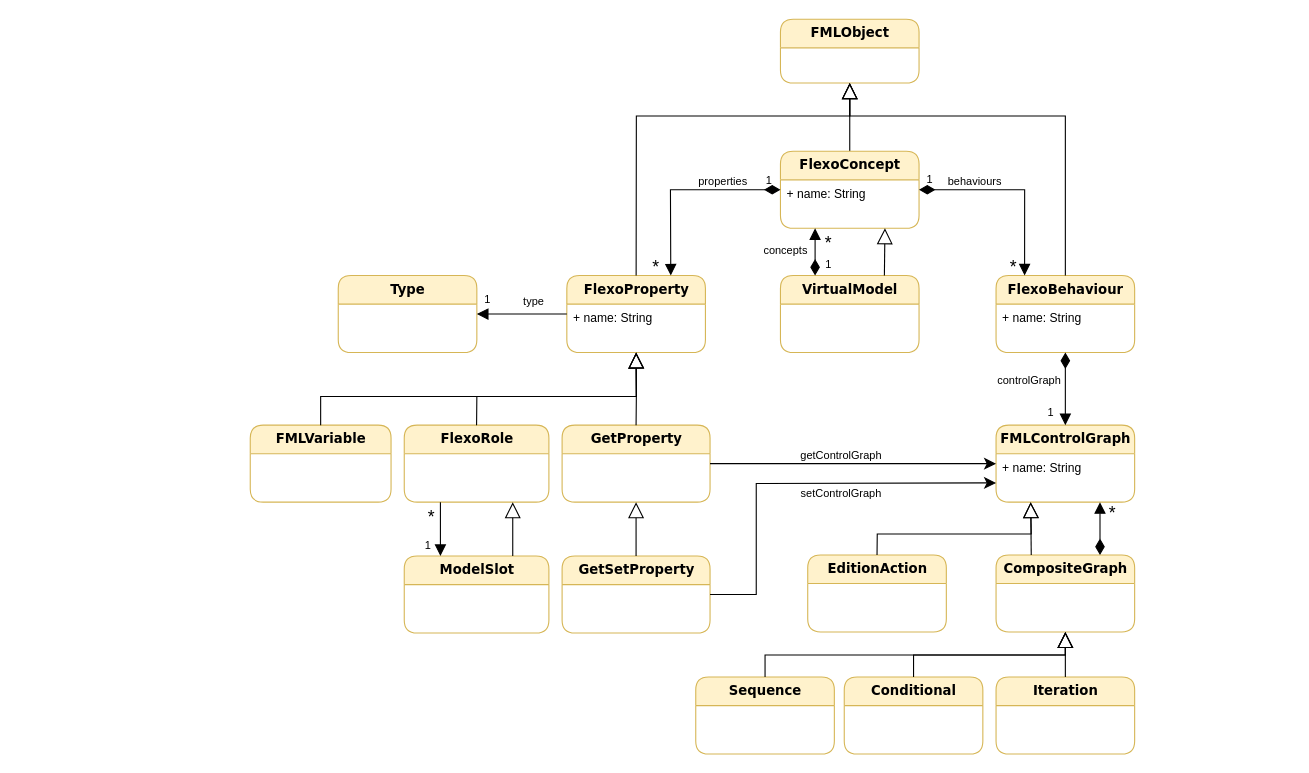
This is Figures/FMLMetaModel.drawio from labsticc-p4s/multi-process-challenge, a draw.io file, before an edit. Source tidied: cells renumbered, new cells numbered last; positions are measured from the earlier drawing's top-left corner, leaving out a move shared by most shapes. Both pictures are drawn from the tidied source at 110%, with x=0, y=0 at pixel (250, 19).
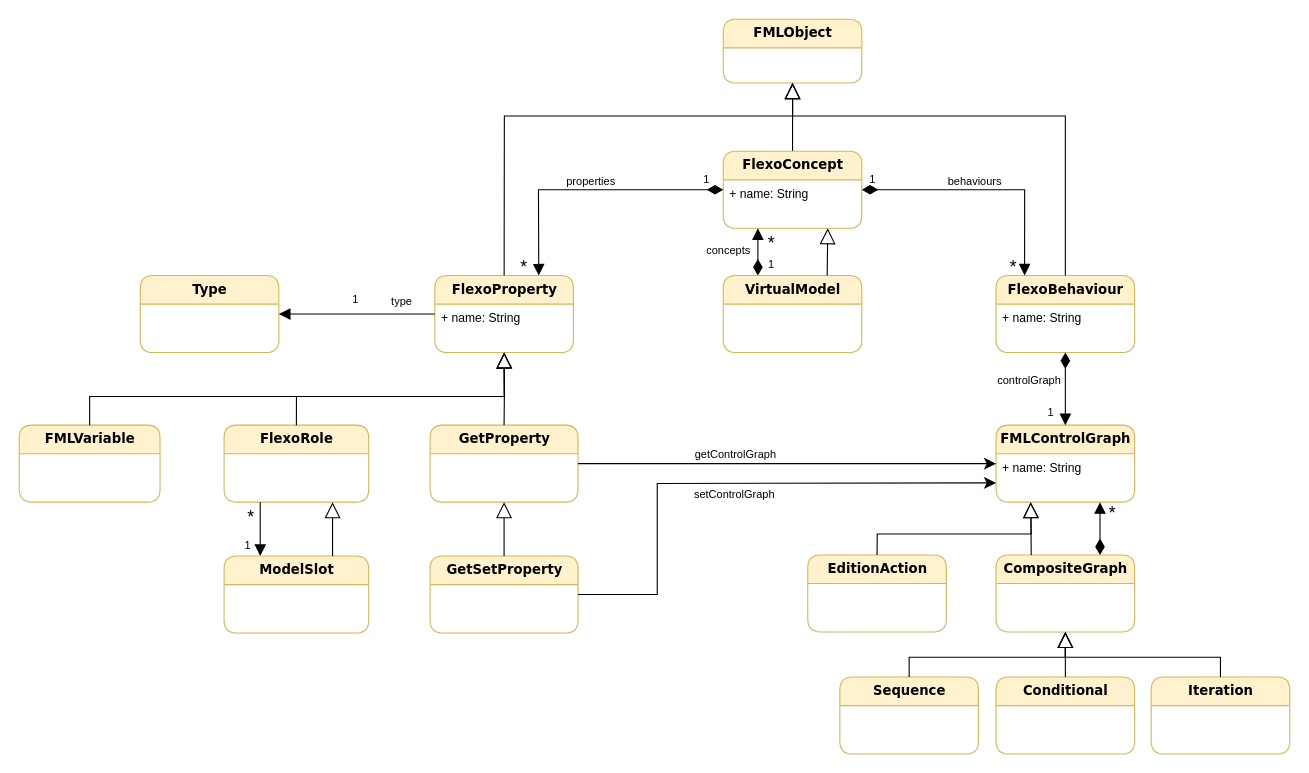
The same diagram, later.

The change refers to these unchanged cells:
```xml
<mxCell id="5" value="+ name: String" style="text;html=1;strokeColor=none;fillColor=none;align=left;verticalAlign=top;spacingLeft=4;spacingRight=4;whiteSpace=wrap;overflow=hidden;points=[[0,0.5],[1,0.5]];portConstraint=eastwest;fontSize=11;" parent="4" vertex="1">
  <mxGeometry y="26" width="126" height="18" as="geometry" />
</mxCell>
<mxCell id="7" value="+ name: String" style="text;html=1;strokeColor=none;fillColor=none;align=left;verticalAlign=top;spacingLeft=4;spacingRight=4;whiteSpace=wrap;overflow=hidden;points=[[0,0.5],[1,0.5]];portConstraint=eastwest;fontSize=11;" parent="6" vertex="1">
  <mxGeometry y="26" width="126" height="18" as="geometry" />
</mxCell>
<mxCell id="30" value="&lt;font style=&quot;font-size: 12px&quot;&gt;&lt;b&gt;FlexoBehaviour&lt;/b&gt;&lt;/font&gt;" style="swimlane;html=1;fontStyle=0;horizontal=1;startSize=26;fillColor=#fff2cc;swimlaneFillColor=#ffffff;rounded=1;shadow=0;comic=0;labelBackgroundColor=none;strokeWidth=1;fontFamily=Verdana;fontSize=10;align=center;strokeColor=#d6b656;" parent="1" vertex="1">
  <mxGeometry x="678" y="233" width="126" height="70" as="geometry" />
</mxCell>
<mxCell id="36" value="&lt;font style=&quot;font-size: 12px&quot;&gt;&lt;b&gt;FMLControlGraph&lt;/b&gt;&lt;/font&gt;" style="swimlane;html=1;fontStyle=0;horizontal=1;startSize=26;fillColor=#fff2cc;swimlaneFillColor=#ffffff;rounded=1;shadow=0;comic=0;labelBackgroundColor=none;strokeWidth=1;fontFamily=Verdana;fontSize=10;align=center;strokeColor=#d6b656;" parent="1" vertex="1">
  <mxGeometry x="678" y="369" width="126" height="70" as="geometry" />
</mxCell>
<mxCell id="44" value="&lt;font style=&quot;font-size: 12px&quot;&gt;&lt;b&gt;CompositeGraph&lt;/b&gt;&lt;/font&gt;" style="swimlane;html=1;fontStyle=0;horizontal=1;startSize=26;fillColor=#fff2cc;swimlaneFillColor=#ffffff;rounded=1;shadow=0;comic=0;labelBackgroundColor=none;strokeWidth=1;fontFamily=Verdana;fontSize=10;align=center;strokeColor=#d6b656;" parent="1" vertex="1">
  <mxGeometry x="678" y="487" width="126" height="70" as="geometry" />
</mxCell>
```

Diff of the diagram source:
```diff
@@
     <mxCell id="2" value="&lt;font style=&quot;font-size: 12px&quot;&gt;&lt;b&gt;FMLObject&lt;/b&gt;&lt;/font&gt;" style="swimlane;html=1;fontStyle=0;horizontal=1;startSize=26;fillColor=#fff2cc;swimlaneFillColor=#ffffff;rounded=1;shadow=0;comic=0;labelBackgroundColor=none;strokeWidth=1;fontFamily=Verdana;fontSize=10;align=center;strokeColor=#d6b656;sketch=0;swimlaneLine=1;glass=0;" parent="1" vertex="1">
-      <mxGeometry x="482" width="126" height="58" as="geometry" />
+      <mxGeometry x="430" width="126" height="58" as="geometry" />
     </mxCell>
@@
     <mxCell id="4" value="&lt;font style=&quot;font-size: 12px&quot;&gt;&lt;b&gt;FlexoConcept&lt;/b&gt;&lt;/font&gt;" style="swimlane;html=1;fontStyle=0;horizontal=1;startSize=26;fillColor=#fff2cc;swimlaneFillColor=#ffffff;rounded=1;shadow=0;comic=0;labelBackgroundColor=none;strokeWidth=1;fontFamily=Verdana;fontSize=10;align=center;strokeColor=#d6b656;" parent="1" vertex="1">
-      <mxGeometry x="482" y="120" width="126" height="70" as="geometry" />
+      <mxGeometry x="430" y="120" width="126" height="70" as="geometry" />
     </mxCell>
@@
     <mxCell id="6" value="&lt;font style=&quot;font-size: 12px&quot;&gt;&lt;b&gt;FlexoProperty&lt;/b&gt;&lt;/font&gt;" style="swimlane;html=1;fontStyle=0;horizontal=1;startSize=26;fillColor=#fff2cc;swimlaneFillColor=#ffffff;rounded=1;shadow=0;comic=0;labelBackgroundColor=none;strokeWidth=1;fontFamily=Verdana;fontSize=10;align=center;strokeColor=#d6b656;" parent="1" vertex="1">
-      <mxGeometry x="287.8" y="233" width="126" height="70" as="geometry" />
+      <mxGeometry x="167.8" y="233" width="126" height="70" as="geometry" />
     </mxCell>
@@
     <mxCell id="8" style="endArrow=block;html=1;fontSize=10;entryX=0.75;entryY=0;entryDx=0;entryDy=0;exitX=0;exitY=0.5;exitDx=0;exitDy=0;endFill=1;endSize=8;startArrow=diamondThin;startFill=1;startSize=12;rounded=0;" parent="1" edge="1" source="5" target="6">
       <mxGeometry relative="1" as="geometry">
         <Array as="points">
-          <mxPoint x="382" y="155" />
+          <mxPoint x="262" y="155" />
         </Array>
       </mxGeometry>
     </mxCell>
     <mxCell id="9" value="&lt;font style=&quot;font-size: 16px&quot;&gt;*&lt;/font&gt;" style="text;html=1;strokeColor=none;fillColor=none;align=center;verticalAlign=middle;whiteSpace=wrap;rounded=0;fontSize=10;" parent="1" vertex="1">
-      <mxGeometry x="364" y="215" width="10" height="20" as="geometry" />
+      <mxGeometry x="244" y="215" width="10" height="20" as="geometry" />
     </mxCell>
     <mxCell id="10" value="1" style="text;html=1;strokeColor=none;fillColor=none;align=center;verticalAlign=middle;whiteSpace=wrap;rounded=0;fontSize=10;" parent="1" vertex="1">
-      <mxGeometry x="462" y="136" width="20" height="20" as="geometry" />
+      <mxGeometry x="405" y="135" width="20" height="20" as="geometry" />
     </mxCell>
     <mxCell id="11" value="properties" style="text;html=1;strokeColor=none;fillColor=none;align=center;verticalAlign=middle;whiteSpace=wrap;rounded=0;fontSize=10;" parent="1" vertex="1">
-      <mxGeometry x="400" y="137" width="60" height="20" as="geometry" />
+      <mxGeometry x="280" y="137" width="60" height="20" as="geometry" />
     </mxCell>
     <mxCell id="12" value="&lt;font style=&quot;font-size: 12px&quot;&gt;&lt;b&gt;Type&lt;/b&gt;&lt;/font&gt;" style="swimlane;html=1;fontStyle=0;horizontal=1;startSize=26;fillColor=#fff2cc;swimlaneFillColor=#ffffff;rounded=1;shadow=0;comic=0;labelBackgroundColor=none;strokeWidth=1;fontFamily=Verdana;fontSize=10;align=center;strokeColor=#d6b656;" parent="1" vertex="1">
-      <mxGeometry x="80" y="233" width="126" height="70" as="geometry" />
+      <mxGeometry x="-100" y="233" width="126" height="70" as="geometry" />
     </mxCell>
-    <mxCell id="13" style="endArrow=block;html=1;fontSize=10;entryX=1;entryY=0.5;entryDx=0;entryDy=0;exitX=0;exitY=0.5;exitDx=0;exitDy=0;endFill=1;rounded=0;startSize=6;endSize=8;" parent="1" edge="1" source="7" target="12">
+    <mxCell id="13" style="endArrow=block;html=1;fontSize=10;endFill=1;rounded=0;startSize=6;endSize=8;entryX=1;entryY=0.5;entryDx=0;entryDy=0;exitX=0;exitY=0.5;exitDx=0;exitDy=0;" parent="1" edge="1" source="7" target="12">
       <mxGeometry relative="1" as="geometry" />
     </mxCell>
     <mxCell id="14" value="type" style="text;html=1;strokeColor=none;fillColor=none;align=center;verticalAlign=middle;whiteSpace=wrap;rounded=0;fontSize=10;" parent="1" vertex="1">
-      <mxGeometry x="227.8" y="246" width="60" height="20" as="geometry" />
+      <mxGeometry x="107.8" y="246" width="60" height="20" as="geometry" />
     </mxCell>
     <mxCell id="15" value="&lt;font style=&quot;font-size: 12px&quot;&gt;&lt;b&gt;FMLVariable&lt;/b&gt;&lt;/font&gt;" style="swimlane;html=1;fontStyle=0;horizontal=1;startSize=26;fillColor=#fff2cc;swimlaneFillColor=#ffffff;rounded=1;shadow=0;comic=0;labelBackgroundColor=none;strokeWidth=1;fontFamily=Verdana;fontSize=10;align=center;strokeColor=#d6b656;" parent="1" vertex="1">
-      <mxGeometry y="369" width="128" height="70" as="geometry" />
+      <mxGeometry x="-210" y="369" width="128" height="70" as="geometry" />
     </mxCell>
     <mxCell id="16" value="&lt;font style=&quot;font-size: 12px&quot;&gt;&lt;b&gt;FlexoRole&lt;/b&gt;&lt;/font&gt;" style="swimlane;html=1;fontStyle=0;horizontal=1;startSize=26;fillColor=#fff2cc;swimlaneFillColor=#ffffff;rounded=1;shadow=0;comic=0;labelBackgroundColor=none;strokeWidth=1;fontFamily=Verdana;fontSize=10;align=center;strokeColor=#d6b656;" parent="1" vertex="1">
-      <mxGeometry x="140" y="369" width="131.5" height="70" as="geometry" />
+      <mxGeometry x="-23.8" y="369" width="131.5" height="70" as="geometry" />
     </mxCell>
     <mxCell id="17" value="&lt;font style=&quot;font-size: 12px&quot;&gt;&lt;b&gt;GetProperty&lt;/b&gt;&lt;/font&gt;" style="swimlane;html=1;fontStyle=0;horizontal=1;startSize=26;fillColor=#fff2cc;swimlaneFillColor=#ffffff;rounded=1;shadow=0;comic=0;labelBackgroundColor=none;strokeWidth=1;fontFamily=Verdana;fontSize=10;align=center;strokeColor=#d6b656;" parent="1" vertex="1">
-      <mxGeometry x="283.5" y="369" width="134.5" height="70" as="geometry" />
+      <mxGeometry x="163.5" y="369" width="134.5" height="70" as="geometry" />
     </mxCell>
     <mxCell id="18" value="&lt;font style=&quot;font-size: 12px&quot;&gt;&lt;b&gt;GetSetProperty&lt;/b&gt;&lt;/font&gt;" style="swimlane;html=1;fontStyle=0;horizontal=1;startSize=26;fillColor=#fff2cc;swimlaneFillColor=#ffffff;rounded=1;shadow=0;comic=0;labelBackgroundColor=none;strokeWidth=1;fontFamily=Verdana;fontSize=10;align=center;strokeColor=#d6b656;" parent="1" vertex="1">
-      <mxGeometry x="283.5" y="488" width="134.5" height="70" as="geometry" />
+      <mxGeometry x="163.5" y="488" width="134.5" height="70" as="geometry" />
     </mxCell>
     <mxCell id="19" value="&lt;font style=&quot;font-size: 12px&quot;&gt;&lt;b&gt;VirtualModel&lt;/b&gt;&lt;/font&gt;" style="swimlane;html=1;fontStyle=0;horizontal=1;startSize=26;fillColor=#fff2cc;swimlaneFillColor=#ffffff;rounded=1;shadow=0;comic=0;labelBackgroundColor=none;strokeWidth=1;fontFamily=Verdana;fontSize=10;align=center;strokeColor=#d6b656;" parent="1" vertex="1">
-      <mxGeometry x="482" y="233" width="126" height="70" as="geometry" />
+      <mxGeometry x="430" y="233" width="126" height="70" as="geometry" />
     </mxCell>
     <mxCell id="20" style="endArrow=block;endSize=12;endFill=0;html=1;exitX=0.75;exitY=0;exitDx=0;exitDy=0;rounded=0;" parent="1" edge="1" source="19">
       <mxGeometry relative="1" as="geometry">
-        <mxPoint x="577" y="190" as="targetPoint" />
+        <mxPoint x="525" y="190" as="targetPoint" />
       </mxGeometry>
     </mxCell>
@@
     <mxCell id="22" value="1" style="text;html=1;strokeColor=none;fillColor=none;align=center;verticalAlign=middle;whiteSpace=wrap;rounded=0;fontSize=10;" parent="1" vertex="1">
-      <mxGeometry x="516" y="213" width="20" height="20" as="geometry" />
+      <mxGeometry x="464" y="213" width="20" height="20" as="geometry" />
     </mxCell>
     <mxCell id="23" value="&lt;font style=&quot;font-size: 16px&quot;&gt;*&lt;/font&gt;" style="text;html=1;strokeColor=none;fillColor=none;align=center;verticalAlign=middle;whiteSpace=wrap;rounded=0;fontSize=10;" parent="1" vertex="1">
-      <mxGeometry x="521" y="193" width="10" height="20" as="geometry" />
+      <mxGeometry x="469" y="193" width="10" height="20" as="geometry" />
     </mxCell>
     <mxCell id="24" style="endArrow=block;endSize=12;endFill=0;html=1;exitX=0.5;exitY=0;exitDx=0;exitDy=0;rounded=0;entryX=0.5;entryY=1;entryDx=0;entryDy=0;" parent="1" edge="1" source="15" target="6">
       <mxGeometry relative="1" as="geometry">
         <Array as="points">
-          <mxPoint x="64" y="343" />
-          <mxPoint x="351" y="343" />
+          <mxPoint x="-146" y="343" />
+          <mxPoint x="231" y="343" />
         </Array>
       </mxGeometry>
     </mxCell>
     <mxCell id="25" style="endArrow=block;endSize=12;endFill=0;html=1;exitX=0.5;exitY=0;exitDx=0;exitDy=0;rounded=0;entryX=0.5;entryY=1;entryDx=0;entryDy=0;" parent="1" edge="1" source="16" target="6">
       <mxGeometry relative="1" as="geometry">
         <Array as="points">
-          <mxPoint x="206" y="343" />
-          <mxPoint x="351" y="343" />
+          <mxPoint x="42" y="343" />
+          <mxPoint x="231" y="343" />
         </Array>
       </mxGeometry>
     </mxCell>
     <mxCell id="26" style="endArrow=block;endSize=12;endFill=0;html=1;exitX=0.5;exitY=0;exitDx=0;exitDy=0;rounded=0;entryX=0.5;entryY=1;entryDx=0;entryDy=0;" parent="1" edge="1" source="17" target="6">
       <mxGeometry relative="1" as="geometry">
         <Array as="points">
-          <mxPoint x="351" y="343" />
+          <mxPoint x="231" y="343" />
         </Array>
       </mxGeometry>
     </mxCell>
@@
     <mxCell id="28" value="&lt;div&gt;&lt;font style=&quot;font-size: 12px&quot;&gt;&lt;b&gt;ModelSlot&lt;/b&gt;&lt;/font&gt;&lt;/div&gt;" style="swimlane;html=1;fontStyle=0;horizontal=1;startSize=26;fillColor=#fff2cc;swimlaneFillColor=#ffffff;rounded=1;shadow=0;comic=0;labelBackgroundColor=none;strokeWidth=1;fontFamily=Verdana;fontSize=10;align=center;strokeColor=#d6b656;" parent="1" vertex="1">
-      <mxGeometry x="140" y="488" width="131.5" height="70" as="geometry" />
+      <mxGeometry x="-23.8" y="488" width="131.5" height="70" as="geometry" />
     </mxCell>
@@
     <mxCell id="34" value="1" style="text;html=1;strokeColor=none;fillColor=none;align=center;verticalAlign=middle;whiteSpace=wrap;rounded=0;fontSize=10;" parent="1" vertex="1">
-      <mxGeometry x="608" y="135" width="20" height="20" as="geometry" />
+      <mxGeometry x="556" y="135" width="20" height="20" as="geometry" />
     </mxCell>
@@
     <mxCell id="39" value="1" style="text;html=1;strokeColor=none;fillColor=none;align=center;verticalAlign=middle;whiteSpace=wrap;rounded=0;fontSize=10;" parent="1" vertex="1">
-      <mxGeometry x="206" y="244" width="20" height="20" as="geometry" />
+      <mxGeometry x="86" y="244" width="20" height="20" as="geometry" />
     </mxCell>
     <mxCell id="40" value="1" style="text;html=1;strokeColor=none;fillColor=none;align=center;verticalAlign=middle;whiteSpace=wrap;rounded=0;fontSize=10;" parent="1" vertex="1">
-      <mxGeometry x="151.5" y="468" width="20" height="20" as="geometry" />
+      <mxGeometry x="-12.2" y="468" width="20" height="20" as="geometry" />
     </mxCell>
     <mxCell id="41" value="&lt;font style=&quot;font-size: 16px&quot;&gt;*&lt;/font&gt;" style="text;html=1;strokeColor=none;fillColor=none;align=center;verticalAlign=middle;whiteSpace=wrap;rounded=0;fontSize=10;" parent="1" vertex="1">
-      <mxGeometry x="160" y="442" width="10" height="20" as="geometry" />
+      <mxGeometry x="-3.8" y="442" width="10" height="20" as="geometry" />
     </mxCell>
@@
     <mxCell id="49" value="&lt;font style=&quot;font-size: 12px&quot;&gt;&lt;b&gt;Iteration&lt;/b&gt;&lt;/font&gt;" style="swimlane;html=1;fontStyle=0;horizontal=1;startSize=26;fillColor=#fff2cc;swimlaneFillColor=#ffffff;rounded=1;shadow=0;comic=0;labelBackgroundColor=none;strokeWidth=1;fontFamily=Verdana;fontSize=10;align=center;strokeColor=#d6b656;" parent="1" vertex="1">
-      <mxGeometry x="678" y="598" width="126" height="70" as="geometry" />
+      <mxGeometry x="819" y="598" width="126" height="70" as="geometry" />
     </mxCell>
     <mxCell id="50" value="&lt;font style=&quot;font-size: 12px&quot;&gt;&lt;b&gt;Conditional&lt;/b&gt;&lt;/font&gt;" style="swimlane;html=1;fontStyle=0;horizontal=1;startSize=26;fillColor=#fff2cc;swimlaneFillColor=#ffffff;rounded=1;shadow=0;comic=0;labelBackgroundColor=none;strokeWidth=1;fontFamily=Verdana;fontSize=10;align=center;strokeColor=#d6b656;" parent="1" vertex="1">
-      <mxGeometry x="540" y="598" width="126" height="70" as="geometry" />
+      <mxGeometry x="678" y="598" width="126" height="70" as="geometry" />
     </mxCell>
     <mxCell id="51" value="&lt;font style=&quot;font-size: 12px&quot;&gt;&lt;b&gt;Sequence&lt;/b&gt;&lt;/font&gt;" style="swimlane;html=1;fontStyle=0;horizontal=1;startSize=26;fillColor=#fff2cc;swimlaneFillColor=#ffffff;rounded=1;shadow=0;comic=0;labelBackgroundColor=none;strokeWidth=1;fontFamily=Verdana;fontSize=10;align=center;strokeColor=#d6b656;" parent="1" vertex="1">
-      <mxGeometry x="405" y="598" width="126" height="70" as="geometry" />
+      <mxGeometry x="536" y="598" width="126" height="70" as="geometry" />
     </mxCell>
     <mxCell id="52" style="endArrow=block;endSize=12;endFill=0;html=1;exitX=0.5;exitY=0;exitDx=0;exitDy=0;rounded=0;entryX=0.5;entryY=1;entryDx=0;entryDy=0;" parent="1" edge="1" source="49" target="44">
-      <mxGeometry relative="1" as="geometry" />
+      <mxGeometry relative="1" as="geometry">
+        <Array as="points">
+          <mxPoint x="882" y="580" />
+          <mxPoint x="741" y="580" />
+        </Array>
+      </mxGeometry>
     </mxCell>
     <mxCell id="53" style="endArrow=block;endSize=12;endFill=0;html=1;exitX=0.5;exitY=0;exitDx=0;exitDy=0;rounded=0;entryX=0.5;entryY=1;entryDx=0;entryDy=0;" parent="1" edge="1" source="50" target="44">
       <mxGeometry relative="1" as="geometry">
         <Array as="points">
-          <mxPoint x="603" y="578" />
           <mxPoint x="741" y="578" />
         </Array>
       </mxGeometry>
     </mxCell>
     <mxCell id="54" style="endArrow=block;endSize=12;endFill=0;html=1;exitX=0.5;exitY=0;exitDx=0;exitDy=0;rounded=0;entryX=0.5;entryY=1;entryDx=0;entryDy=0;" parent="1" edge="1" source="51" target="44">
       <mxGeometry relative="1" as="geometry">
         <Array as="points">
-          <mxPoint x="468" y="578" />
-          <mxPoint x="741" y="578" />
+          <mxPoint x="599" y="580" />
+          <mxPoint x="741" y="580" />
         </Array>
       </mxGeometry>
     </mxCell>
@@
     <mxCell id="56" style="endArrow=block;endSize=12;endFill=0;html=1;exitX=0.5;exitY=0;exitDx=0;exitDy=0;rounded=0;entryX=0.5;entryY=1;entryDx=0;entryDy=0;" parent="1" edge="1" source="30" target="2">
       <mxGeometry relative="1" as="geometry">
         <Array as="points">
           <mxPoint x="741" y="88" />
-          <mxPoint x="545" y="88" />
+          <mxPoint x="493" y="88" />
         </Array>
       </mxGeometry>
     </mxCell>
     <mxCell id="57" style="endArrow=block;endSize=12;endFill=0;html=1;exitX=0.5;exitY=0;exitDx=0;exitDy=0;rounded=0;entryX=0.5;entryY=1;entryDx=0;entryDy=0;" parent="1" edge="1" source="6" target="2">
       <mxGeometry relative="1" as="geometry">
         <Array as="points">
-          <mxPoint x="351" y="88" />
-          <mxPoint x="545" y="88" />
+          <mxPoint x="231" y="88" />
+          <mxPoint x="493" y="88" />
         </Array>
       </mxGeometry>
     </mxCell>
@@
     <mxCell id="59" style="endArrow=classic;html=1;fontSize=10;exitX=1;exitY=0.5;exitDx=0;exitDy=0;endFill=1;rounded=0;startSize=6;endSize=8;entryX=0;entryY=0.75;entryDx=0;entryDy=0;" parent="1" edge="1" source="18" target="36">
       <mxGeometry relative="1" as="geometry">
         <Array as="points">
-          <mxPoint x="460" y="523" />
-          <mxPoint x="460" y="422" />
+          <mxPoint x="370" y="523" />
+          <mxPoint x="370" y="422" />
         </Array>
       </mxGeometry>
     </mxCell>
     <mxCell id="60" value="getControlGraph" style="text;html=1;strokeColor=none;fillColor=none;align=center;verticalAlign=middle;whiteSpace=wrap;rounded=0;fontSize=10;" parent="1" vertex="1">
-      <mxGeometry x="489" y="386" width="97" height="20" as="geometry" />
+      <mxGeometry x="393" y="385" width="97" height="20" as="geometry" />
     </mxCell>
     <mxCell id="61" value="setControlGraph" style="text;html=1;strokeColor=none;fillColor=none;align=center;verticalAlign=middle;whiteSpace=wrap;rounded=0;fontSize=10;" parent="1" vertex="1">
-      <mxGeometry x="489" y="421" width="97" height="20" as="geometry" />
+      <mxGeometry x="392" y="422" width="97" height="20" as="geometry" />
     </mxCell>
@@
     <mxCell id="63" value="concepts" style="text;html=1;strokeColor=none;fillColor=none;align=center;verticalAlign=middle;whiteSpace=wrap;rounded=0;fontSize=10;" parent="1" vertex="1">
-      <mxGeometry x="457" y="200" width="60" height="20" as="geometry" />
+      <mxGeometry x="405" y="200" width="60" height="20" as="geometry" />
     </mxCell>
```
